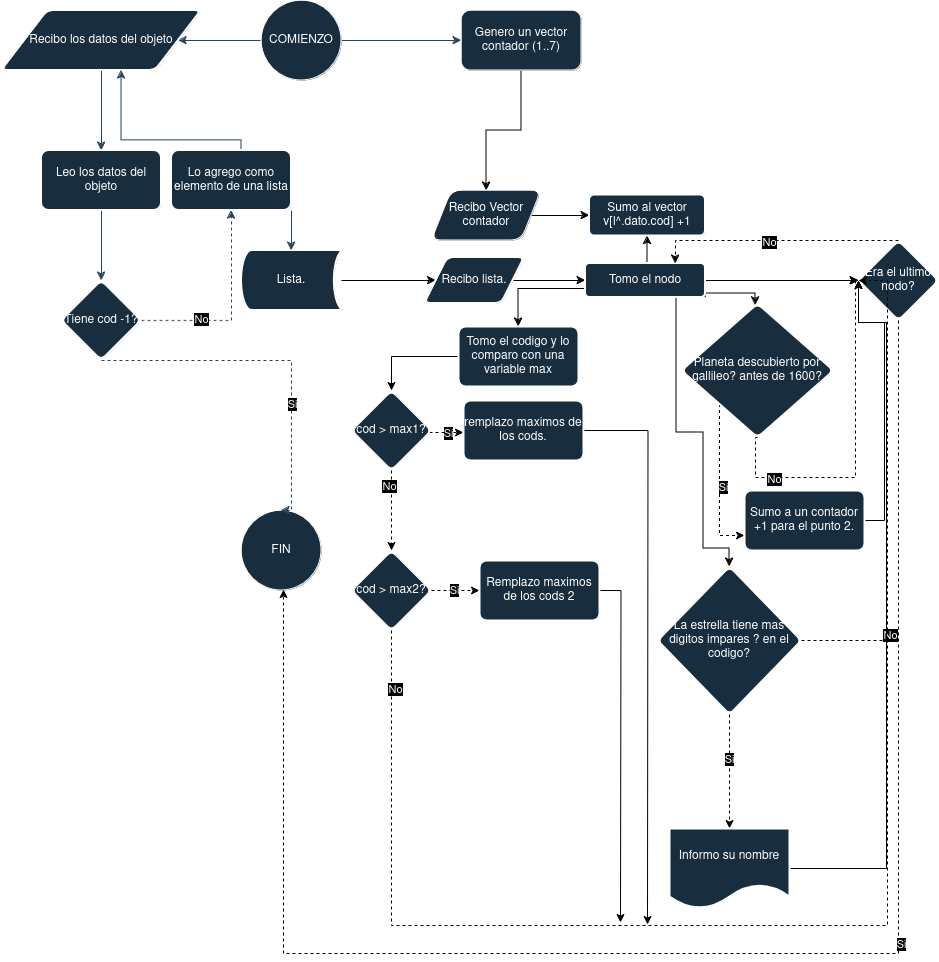
Above: primero/CADP/diagrama.png in FrancoBanis/facultadInformatica-unlp (draw.io), before the change. Source tidied: cells renumbered, new cells last; positions are measured from the earlier drawing's top-left corner, leaving out a move shared by most shapes.
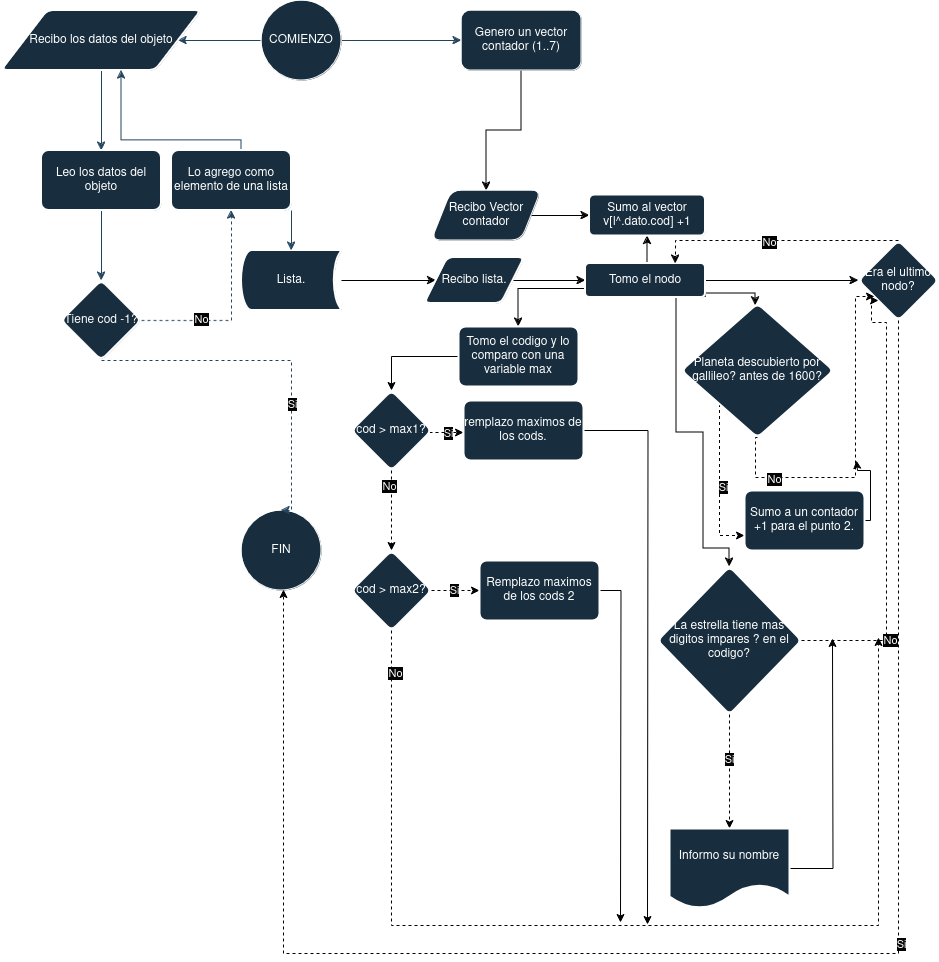
The same diagram one commit later.

Diff of the diagram source:
```diff
@@ -179,12 +179,12 @@
     <mxCell id="47" value="Si" style="edgeLabel;html=1;align=center;verticalAlign=middle;fontColor=#FFFFFF;labelBackgroundColor=#030303;" parent="46" vertex="1">
       <mxGeometry x="-0.08" y="1" relative="1" as="geometry" />
     </mxCell>
-    <mxCell id="48" style="edgeStyle=orthogonalEdgeStyle;rounded=0;jettySize=auto;html=1;exitX=0.5;exitY=1;exitDx=0;exitDy=0;entryX=0;entryY=0.5;entryDx=0;entryDy=0;dashed=1;" parent="1" edge="1" source="50" target="38">
+    <mxCell id="48" style="edgeStyle=orthogonalEdgeStyle;rounded=0;jettySize=auto;html=1;exitX=0.5;exitY=1;exitDx=0;exitDy=0;dashed=1;" parent="1" edge="1" source="50">
       <mxGeometry relative="1" as="geometry">
+        <mxPoint x="877" y="637" as="targetPoint" />
         <Array as="points">
           <mxPoint x="390" y="925" />
-          <mxPoint x="886" y="925" />
-          <mxPoint x="886" y="280" />
+          <mxPoint x="877" y="925" />
         </Array>
       </mxGeometry>
     </mxCell>
@@ -218,13 +218,13 @@
         <mxPoint y="1" as="offset" />
       </mxGeometry>
     </mxCell>
-    <mxCell id="57" style="edgeStyle=orthogonalEdgeStyle;rounded=0;jettySize=auto;html=1;exitX=0.5;exitY=1;exitDx=0;exitDy=0;entryX=0;entryY=0.5;entryDx=0;entryDy=0;dashed=1;" parent="1" edge="1" source="59" target="38">
+    <mxCell id="57" style="edgeStyle=orthogonalEdgeStyle;rounded=0;jettySize=auto;html=1;exitX=0.5;exitY=1;exitDx=0;exitDy=0;dashed=1;" parent="1" edge="1" source="59" target="38">
       <mxGeometry relative="1" as="geometry">
         <Array as="points">
           <mxPoint x="754" y="437" />
           <mxPoint x="754" y="477" />
           <mxPoint x="854" y="477" />
-          <mxPoint x="854" y="280" />
+          <mxPoint x="854" y="296" />
         </Array>
       </mxGeometry>
     </mxCell>
@@ -234,15 +234,16 @@
     <mxCell id="59" value="Planeta descubierto por gallileo? antes de 1600?" style="rhombus;whiteSpace=wrap;html=1;fillColor=#182E3E;strokeColor=#FFFFFF;fontColor=#FFFFFF;strokeWidth=2;rounded=1;arcSize=12;" parent="1" vertex="1">
       <mxGeometry x="680" y="303" width="152" height="134" as="geometry" />
     </mxCell>
-    <mxCell id="60" style="edgeStyle=orthogonalEdgeStyle;rounded=0;jettySize=auto;html=1;exitX=1;exitY=0.5;exitDx=0;exitDy=0;entryX=0;entryY=0.5;entryDx=0;entryDy=0;" parent="1" edge="1" source="61" target="38">
-      <mxGeometry relative="1" as="geometry">
-        <Array as="points">
-          <mxPoint x="883" y="520" />
-          <mxPoint x="883" y="322" />
-          <mxPoint x="857" y="322" />
-        </Array>
-      </mxGeometry>
-    </mxCell>
+    <mxCell id="69" style="edgeStyle=orthogonalEdgeStyle;rounded=0;jettySize=auto;html=1;exitX=1;exitY=0.5;exitDx=0;exitDy=0;" parent="1" edge="1" source="61">
+      <mxGeometry relative="1" as="geometry">
+        <mxPoint x="855" y="460" as="targetPoint" />
+        <Array as="points">
+          <mxPoint x="869" y="520" />
+          <mxPoint x="869" y="470" />
+          <mxPoint x="856" y="470" />
+        </Array>
+      </mxGeometry>
+    </mxCell>
     <mxCell id="61" value="Sumo a un contador +1 para el punto 2." style="whiteSpace=wrap;html=1;fillColor=#182E3E;strokeColor=#FFFFFF;fontColor=#FFFFFF;strokeWidth=2;rounded=1;arcSize=12;" parent="1" vertex="1">
       <mxGeometry x="743" y="490" width="120" height="60" as="geometry" />
     </mxCell>
@@ -252,12 +253,13 @@
     <mxCell id="63" value="Si" style="edgeLabel;html=1;align=center;verticalAlign=middle;fontColor=#FFFFFF;labelBackgroundColor=#030303;" parent="62" vertex="1">
       <mxGeometry x="-0.23" y="-1" relative="1" as="geometry" />
     </mxCell>
-    <mxCell id="64" style="edgeStyle=orthogonalEdgeStyle;rounded=0;jettySize=auto;html=1;exitX=1;exitY=0.5;exitDx=0;exitDy=0;dashed=1;entryX=0;entryY=0.5;entryDx=0;entryDy=0;" parent="1" edge="1" source="66" target="38">
+    <mxCell id="64" style="edgeStyle=orthogonalEdgeStyle;rounded=0;jettySize=auto;html=1;exitX=1;exitY=0.5;exitDx=0;exitDy=0;dashed=1;entryX=0;entryY=1;entryDx=0;entryDy=0;" parent="1" edge="1" source="66" target="38">
       <mxGeometry relative="1" as="geometry">
         <Array as="points">
           <mxPoint x="885" y="640" />
           <mxPoint x="885" y="322" />
-          <mxPoint x="857" y="322" />
+          <mxPoint x="870" y="322" />
+          <mxPoint x="870" y="300" />
         </Array>
       </mxGeometry>
     </mxCell>
@@ -267,15 +269,11 @@
     <mxCell id="66" value="La estrella tiene mas digitos impares ? en el codigo?" style="rhombus;whiteSpace=wrap;html=1;fillColor=#182E3E;strokeColor=#FFFFFF;fontColor=#FFFFFF;strokeWidth=2;rounded=1;arcSize=12;" parent="1" vertex="1">
       <mxGeometry x="656" y="566" width="144" height="148" as="geometry" />
     </mxCell>
-    <mxCell id="67" style="edgeStyle=orthogonalEdgeStyle;rounded=0;jettySize=auto;html=1;entryX=0;entryY=0.5;entryDx=0;entryDy=0;" parent="1" edge="1" source="68" target="38">
-      <mxGeometry relative="1" as="geometry">
-        <Array as="points">
-          <mxPoint x="885" y="868" />
-          <mxPoint x="885" y="322" />
-          <mxPoint x="857" y="322" />
-        </Array>
-      </mxGeometry>
-    </mxCell>
+    <mxCell id="70" style="edgeStyle=orthogonalEdgeStyle;rounded=0;jettySize=auto;html=1;exitX=1;exitY=0.5;exitDx=0;exitDy=0;" parent="1" edge="1" source="68">
+      <mxGeometry relative="1" as="geometry">
+        <mxPoint x="831" y="638" as="targetPoint" />
+      </mxGeometry>
+    </mxCell>
     <mxCell id="68" value="Informo su nombre" style="shape=document;whiteSpace=wrap;html=1;boundedLbl=1;fillColor=#182E3E;strokeColor=#FFFFFF;fontColor=#FFFFFF;strokeWidth=2;rounded=1;arcSize=12;" parent="1" vertex="1">
       <mxGeometry x="668" y="828" width="120" height="80" as="geometry" />
     </mxCell>
```
